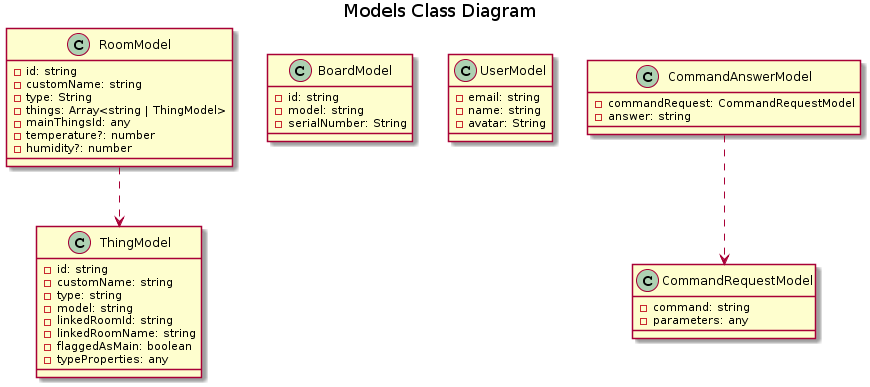
Kadaiser/Memoria-de-Trabajo-de-Fin-de-Grado keeps this PlantUML diagram as figures/diagrams/front/architecture/models.png. Above is the earlier version.
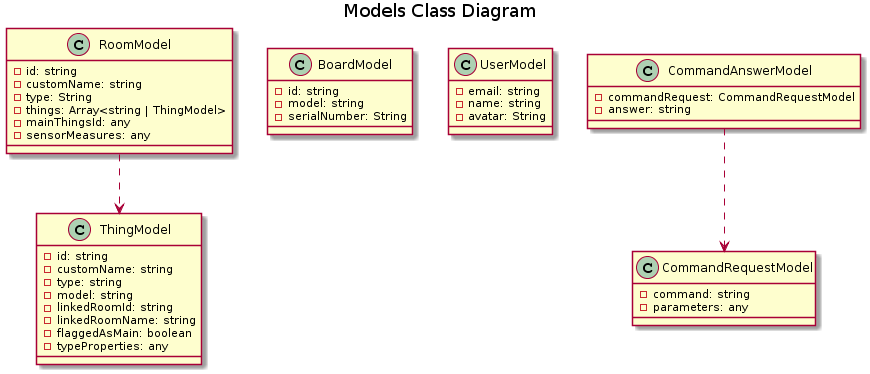
The same diagram one commit later.

What changed in the source:
```diff
@@ -7,8 +7,7 @@
   - type: String
   - things: Array<string | ThingModel>
   - mainThingsId: any
-  - temperature?: number
-  - humidity?: number
+  - sensorMeasures: any
 }
 
 class ThingModel {
```
